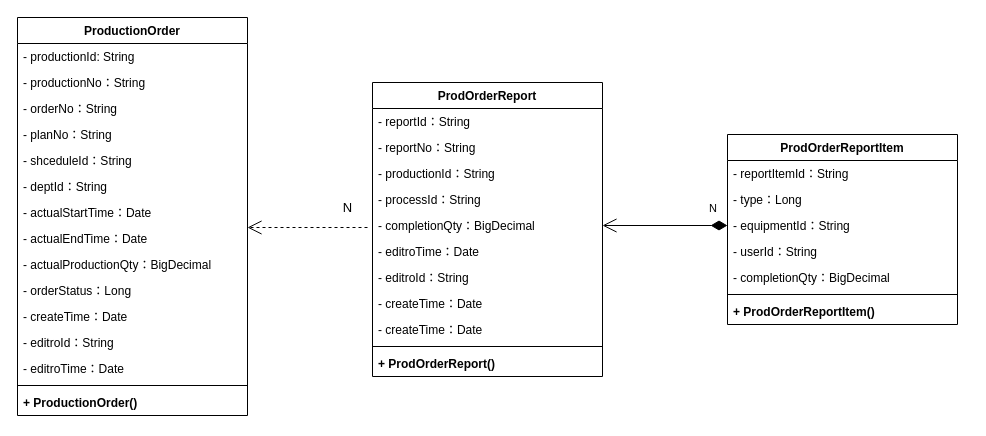
This is page "领料单" (1 of 4) of 类图.drawio from KNAI-I/test, a draw.io file, before an edit. Source tidied: cells renumbered, new cells numbered last; positions are measured from the earlier drawing's top-left corner, leaving out a move shared by most shapes. Both pictures are drawn from the tidied source at 100%, with x=0, y=0 at pixel (17, 17).
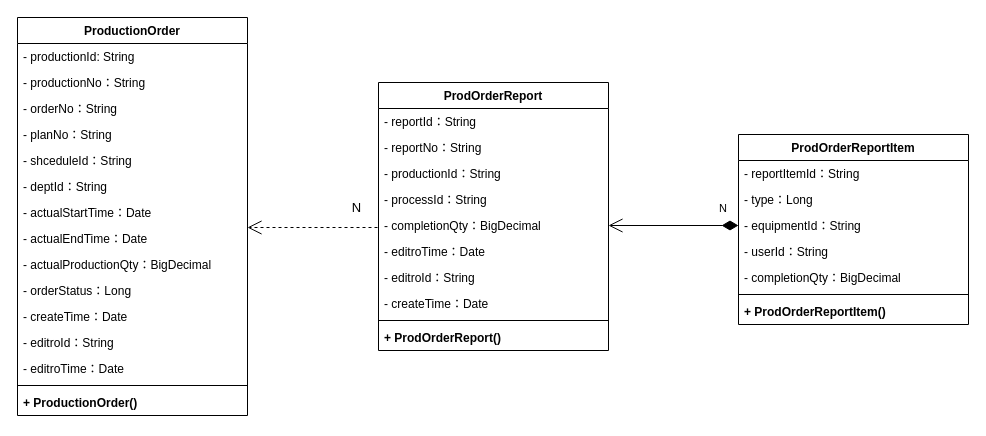
The same page after the edit.

The edit, as a diff of the source:
```diff
@@
     <mxCell id="18" value="ProdOrderReport" style="swimlane;fontStyle=1;align=center;verticalAlign=top;horizontal=1;startSize=26;" parent="1" vertex="1">
-      <mxGeometry x="355" y="65" width="230" height="294" as="geometry" />
+      <mxGeometry x="361" y="65" width="230" height="268" as="geometry" />
     </mxCell>
@@
-    <mxCell id="27" value="- createTime：Date" style="text;strokeColor=none;fillColor=none;align=left;verticalAlign=top;spacingLeft=4;spacingRight=4;overflow=hidden;" parent="18" vertex="1">
-      <mxGeometry y="234" width="230" height="26" as="geometry" />
-    </mxCell>
     <mxCell id="28" style="line;strokeWidth=1;fillColor=none;align=left;verticalAlign=middle;spacingTop=-1;spacingLeft=3;spacingRight=3;labelPosition=right;" parent="18" vertex="1">
-      <mxGeometry y="260" width="230" height="8" as="geometry" />
+      <mxGeometry y="234" width="230" height="8" as="geometry" />
     </mxCell>
     <mxCell id="29" value="+ ProdOrderReport()" style="text;strokeColor=none;fillColor=none;align=left;verticalAlign=top;spacingLeft=4;spacingRight=4;overflow=hidden;fontStyle=1;" parent="18" vertex="1">
-      <mxGeometry y="268" width="230" height="26" as="geometry" />
+      <mxGeometry y="242" width="230" height="26" as="geometry" />
     </mxCell>
     <mxCell id="30" value="ProdOrderReportItem" style="swimlane;fontStyle=1;align=center;verticalAlign=top;horizontal=1;startSize=26;" parent="1" vertex="1">
-      <mxGeometry x="710" y="117" width="230" height="190" as="geometry" />
+      <mxGeometry x="721" y="117" width="230" height="190" as="geometry" />
     </mxCell>
@@
     <mxCell id="39" value="N" style="endArrow=open;endSize=12;dashed=1;html=1;rounded=0;fontSize=13;" parent="1" edge="1">
       <mxGeometry x="-0.67" y="-20" relative="1" as="geometry">
-        <mxPoint x="350" y="210" as="sourcePoint" />
+        <mxPoint x="360" y="210" as="sourcePoint" />
         <mxPoint x="230" y="210" as="targetPoint" />
       </mxGeometry>
     </mxCell>
```
